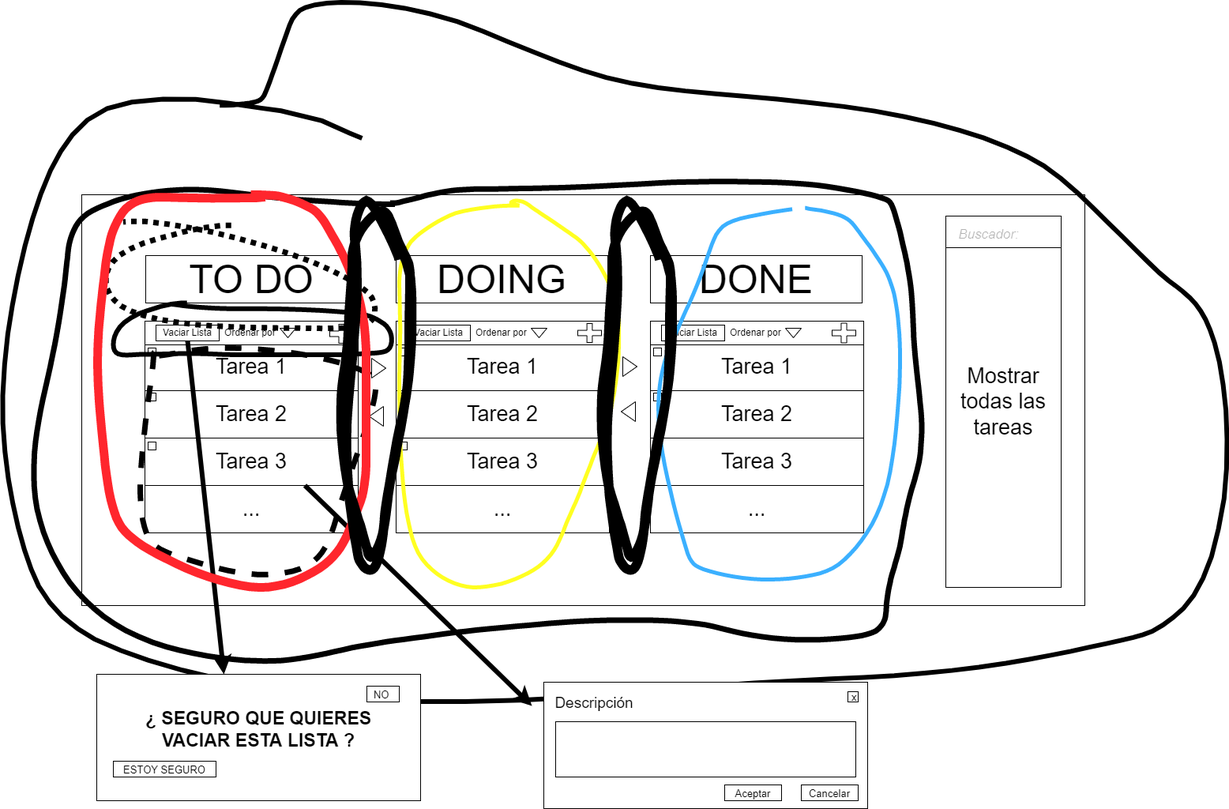
The draw.io diagram imgs/MaquetacionDistribucionBloques.png in OsmanMehmed/todo-list-web-nativo, before a commit. Source tidied: cells renumbered, new cells last; positions are measured from the earlier drawing's top-left corner, leaving out a move shared by most shapes.
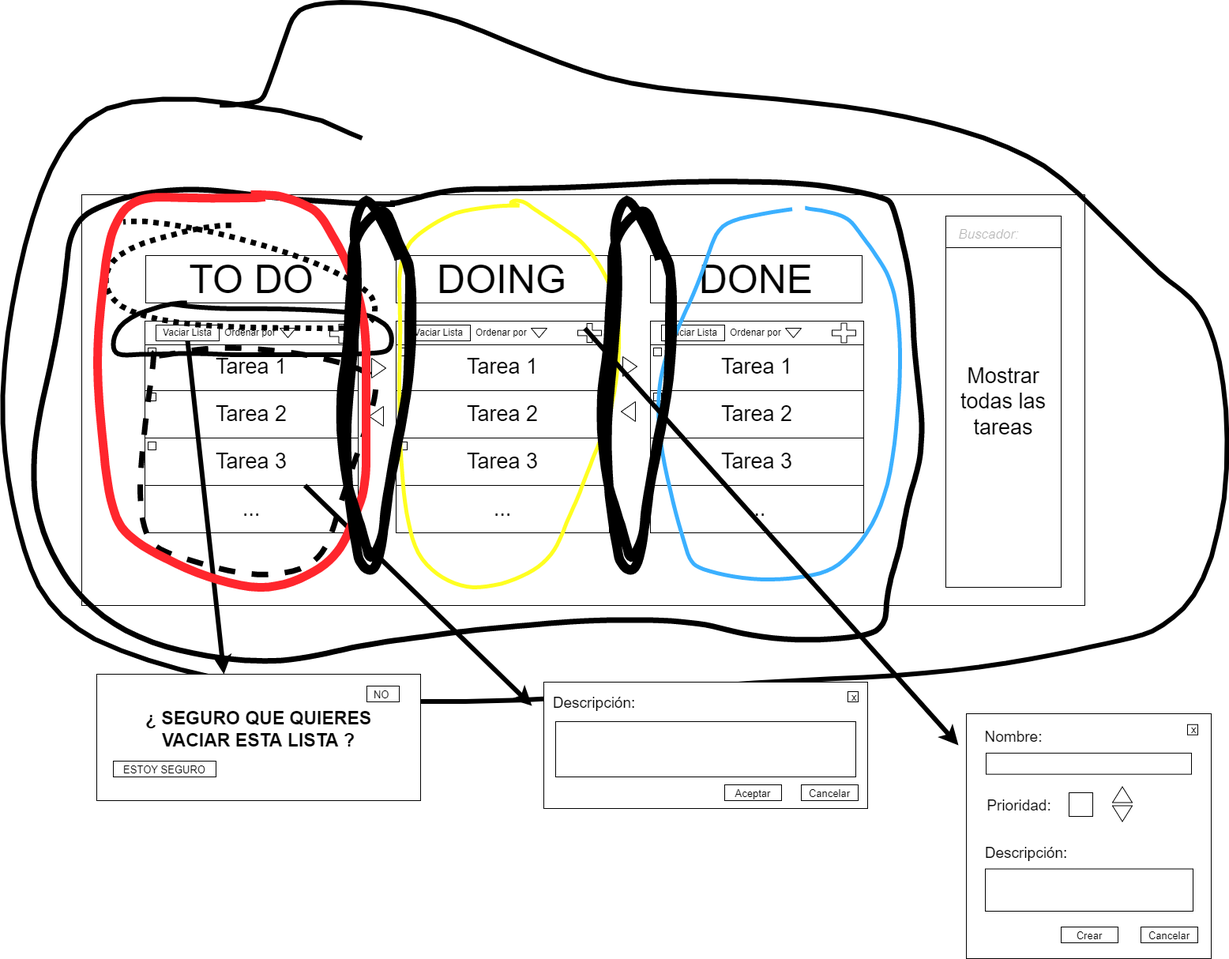
The same file after the commit.

Change to the diagram source:
```diff
@@ -127,7 +127,7 @@
     <mxCell id="42" style="rounded=0;whiteSpace=wrap;html=1;fontSize=50;" parent="1" vertex="1">
       <mxGeometry x="685" y="860" width="410" height="160" as="geometry" />
     </mxCell>
-    <mxCell id="43" value="&lt;font style=&quot;font-size: 19px&quot;&gt;Descripción&lt;/font&gt;" style="text;html=1;strokeColor=none;fillColor=none;align=center;verticalAlign=middle;whiteSpace=wrap;rounded=0;fontSize=50;" parent="1" vertex="1">
+    <mxCell id="43" value="&lt;font style=&quot;font-size: 19px&quot;&gt;Descripción:&lt;/font&gt;" style="text;html=1;strokeColor=none;fillColor=none;align=center;verticalAlign=middle;whiteSpace=wrap;rounded=0;fontSize=50;" parent="1" vertex="1">
       <mxGeometry x="719" y="860" width="60" height="30" as="geometry" />
     </mxCell>
     <mxCell id="44" style="rounded=0;whiteSpace=wrap;html=1;fontSize=19;" parent="1" vertex="1">
@@ -201,5 +201,47 @@
     <mxCell id="66" style="shape=(stored shape, 2824 characters);fillColor=none;fontSize=23;fontColor=#F0FF66;strokeColor=#000000;strokeWidth=12;" parent="1" vertex="1">
       <mxGeometry x="758" y="250.6" width="89.6" height="467.4" as="geometry" />
     </mxCell>
+    <mxCell id="67" style="endArrow=classic;html=1;rounded=0;fontSize=50;exitX=0.75;exitY=1;exitDx=0;exitDy=0;strokeWidth=6;" parent="1" edge="1">
+      <mxGeometry relative="1" as="geometry">
+        <mxPoint x="737" y="412.2" as="sourcePoint" />
+        <mxPoint x="1210" y="940" as="targetPoint" />
+      </mxGeometry>
+    </mxCell>
+    <mxCell id="68" style="rounded=0;whiteSpace=wrap;html=1;" parent="1" vertex="1">
+      <mxGeometry x="1220" y="900" width="310" height="310" as="geometry" />
+    </mxCell>
+    <mxCell id="69" value="&amp;nbsp;x" style="whiteSpace=wrap;html=1;fontSize=13;" parent="1" vertex="1">
+      <mxGeometry x="1500" y="913.8" width="13" height="13" as="geometry" />
+    </mxCell>
+    <mxCell id="70" value="&lt;span style=&quot;font-size: 13px&quot;&gt;Cancelar&lt;/span&gt;" style="rounded=0;whiteSpace=wrap;html=1;fontSize=19;" parent="1" vertex="1">
+      <mxGeometry x="1441" y="1170" width="72" height="20" as="geometry" />
+    </mxCell>
+    <mxCell id="71" value="&lt;span style=&quot;font-size: 13px&quot;&gt;Crear&lt;/span&gt;" style="rounded=0;whiteSpace=wrap;html=1;fontSize=19;" parent="1" vertex="1">
+      <mxGeometry x="1340" y="1170" width="72" height="20" as="geometry" />
+    </mxCell>
+    <mxCell id="72" style="rounded=0;whiteSpace=wrap;html=1;fontSize=19;" parent="1" vertex="1">
+      <mxGeometry x="1244" y="1096.5" width="263" height="53.5" as="geometry" />
+    </mxCell>
+    <mxCell id="73" value="&lt;font style=&quot;font-size: 19px&quot;&gt;Descripción:&lt;/font&gt;" style="text;html=1;strokeColor=none;fillColor=none;align=center;verticalAlign=middle;whiteSpace=wrap;rounded=0;fontSize=50;" parent="1" vertex="1">
+      <mxGeometry x="1266" y="1050" width="60" height="30" as="geometry" />
+    </mxCell>
+    <mxCell id="74" value="&lt;font style=&quot;font-size: 19px&quot;&gt;Nombre:&lt;/font&gt;" style="text;html=1;strokeColor=none;fillColor=none;align=center;verticalAlign=middle;whiteSpace=wrap;rounded=0;fontSize=50;" parent="1" vertex="1">
+      <mxGeometry x="1250" y="903.4" width="60" height="30" as="geometry" />
+    </mxCell>
+    <mxCell id="75" style="rounded=0;whiteSpace=wrap;html=1;fontSize=19;" parent="1" vertex="1">
+      <mxGeometry x="1245" y="949.9" width="260" height="26.8" as="geometry" />
+    </mxCell>
+    <mxCell id="76" value="&lt;font style=&quot;font-size: 19px&quot;&gt;Prioridad:&lt;/font&gt;" style="text;html=1;strokeColor=none;fillColor=none;align=center;verticalAlign=middle;whiteSpace=wrap;rounded=0;fontSize=50;" parent="1" vertex="1">
+      <mxGeometry x="1257" y="990" width="60" height="30" as="geometry" />
+    </mxCell>
+    <mxCell id="77" style="whiteSpace=wrap;html=1;" parent="1" vertex="1">
+      <mxGeometry x="1350" y="1000" width="30" height="30" as="geometry" />
+    </mxCell>
+    <mxCell id="78" style="triangle;whiteSpace=wrap;html=1;rotation=-90;" parent="1" vertex="1">
+      <mxGeometry x="1407.5" y="990" width="20" height="25" as="geometry" />
+    </mxCell>
+    <mxCell id="79" style="triangle;whiteSpace=wrap;html=1;rotation=90;" parent="1" vertex="1">
+      <mxGeometry x="1407.5" y="1014" width="20" height="25" as="geometry" />
+    </mxCell>
   </root>
 </mxGraphModel>
```
